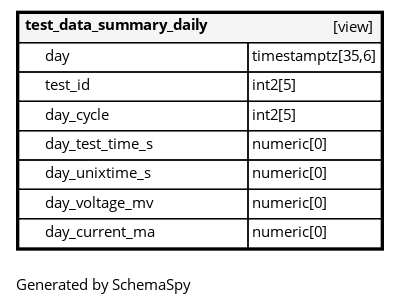
This is docs/diagrams/tables/test_data_summary_daily.1degree.png from BattGenie/battdb, a Graphviz export, as it was before one commit. Its source is kept beside it as docs/diagrams/tables/test_data_summary_daily.1degree.dot. Source of this version:
```dot
digraph "oneDegreeRelationshipsDiagram" {
  graph [    rankdir="RL"    bgcolor="#ffffff"    label="\nGenerated by SchemaSpy"    labeljust="l"    nodesep="0.18"    ranksep="0.46"    fontname="Helvetica"    fontsize="11"    ration="compress"  ];  node [    fontname="Helvetica"    fontsize="11"    shape="plaintext"  ];  edge [    arrowsize="0.8"  ];
  "test_data_summary_daily" [
   label=<
    <TABLE BORDER="2" CELLBORDER="1" CELLSPACING="0" BGCOLOR="#ffffff">
      <TR><TD COLSPAN="4"  BGCOLOR="#f5f5f5"><TABLE BORDER="0" CELLSPACING="0"><TR><TD ALIGN="LEFT" FIXEDSIZE="TRUE" WIDTH="151" HEIGHT="16"><B>test_data_summary_daily</B></TD><TD ALIGN="RIGHT">[view]</TD></TR></TABLE></TD></TR>
      <TR><TD PORT="day" COLSPAN="2" ALIGN="LEFT"><TABLE BORDER="0" CELLSPACING="0" ALIGN="LEFT"><TR ALIGN="LEFT"><TD ALIGN="LEFT" FIXEDSIZE="TRUE" WIDTH="15" HEIGHT="16"></TD><TD ALIGN="LEFT" FIXEDSIZE="TRUE" WIDTH="151" HEIGHT="16">day</TD></TR></TABLE></TD><TD PORT="day.type" ALIGN="LEFT">timestamptz[35,6]</TD></TR>
      <TR><TD PORT="test_id" COLSPAN="2" ALIGN="LEFT"><TABLE BORDER="0" CELLSPACING="0" ALIGN="LEFT"><TR ALIGN="LEFT"><TD ALIGN="LEFT" FIXEDSIZE="TRUE" WIDTH="15" HEIGHT="16"></TD><TD ALIGN="LEFT" FIXEDSIZE="TRUE" WIDTH="151" HEIGHT="16">test_id</TD></TR></TABLE></TD><TD PORT="test_id.type" ALIGN="LEFT">int2[5]</TD></TR>
      <TR><TD PORT="day_cycle" COLSPAN="2" ALIGN="LEFT"><TABLE BORDER="0" CELLSPACING="0" ALIGN="LEFT"><TR ALIGN="LEFT"><TD ALIGN="LEFT" FIXEDSIZE="TRUE" WIDTH="15" HEIGHT="16"></TD><TD ALIGN="LEFT" FIXEDSIZE="TRUE" WIDTH="151" HEIGHT="16">day_cycle</TD></TR></TABLE></TD><TD PORT="day_cycle.type" ALIGN="LEFT">int2[5]</TD></TR>
      <TR><TD PORT="day_test_time_s" COLSPAN="2" ALIGN="LEFT"><TABLE BORDER="0" CELLSPACING="0" ALIGN="LEFT"><TR ALIGN="LEFT"><TD ALIGN="LEFT" FIXEDSIZE="TRUE" WIDTH="15" HEIGHT="16"></TD><TD ALIGN="LEFT" FIXEDSIZE="TRUE" WIDTH="151" HEIGHT="16">day_test_time_s</TD></TR></TABLE></TD><TD PORT="day_test_time_s.type" ALIGN="LEFT">numeric[0]</TD></TR>
      <TR><TD PORT="day_unixtime_s" COLSPAN="2" ALIGN="LEFT"><TABLE BORDER="0" CELLSPACING="0" ALIGN="LEFT"><TR ALIGN="LEFT"><TD ALIGN="LEFT" FIXEDSIZE="TRUE" WIDTH="15" HEIGHT="16"></TD><TD ALIGN="LEFT" FIXEDSIZE="TRUE" WIDTH="151" HEIGHT="16">day_unixtime_s</TD></TR></TABLE></TD><TD PORT="day_unixtime_s.type" ALIGN="LEFT">numeric[0]</TD></TR>
      <TR><TD PORT="day_voltage_mv" COLSPAN="2" ALIGN="LEFT"><TABLE BORDER="0" CELLSPACING="0" ALIGN="LEFT"><TR ALIGN="LEFT"><TD ALIGN="LEFT" FIXEDSIZE="TRUE" WIDTH="15" HEIGHT="16"></TD><TD ALIGN="LEFT" FIXEDSIZE="TRUE" WIDTH="151" HEIGHT="16">day_voltage_mv</TD></TR></TABLE></TD><TD PORT="day_voltage_mv.type" ALIGN="LEFT">numeric[0]</TD></TR>
      <TR><TD PORT="day_current_ma" COLSPAN="2" ALIGN="LEFT"><TABLE BORDER="0" CELLSPACING="0" ALIGN="LEFT"><TR ALIGN="LEFT"><TD ALIGN="LEFT" FIXEDSIZE="TRUE" WIDTH="15" HEIGHT="16"></TD><TD ALIGN="LEFT" FIXEDSIZE="TRUE" WIDTH="151" HEIGHT="16">day_current_ma</TD></TR></TABLE></TD><TD PORT="day_current_ma.type" ALIGN="LEFT">numeric[0]</TD></TR>
    </TABLE>>
    URL="test_data_summary_daily.html"
    target="_top"
    tooltip="test_data_summary_daily"
  ];
}
```
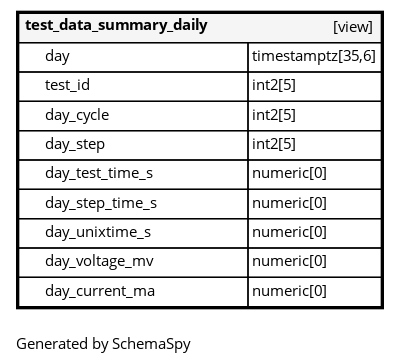
After the commit.

Diff of the diagram source:
```diff
@@ -7,7 +7,9 @@
       <TR><TD PORT="day" COLSPAN="2" ALIGN="LEFT"><TABLE BORDER="0" CELLSPACING="0" ALIGN="LEFT"><TR ALIGN="LEFT"><TD ALIGN="LEFT" FIXEDSIZE="TRUE" WIDTH="15" HEIGHT="16"></TD><TD ALIGN="LEFT" FIXEDSIZE="TRUE" WIDTH="151" HEIGHT="16">day</TD></TR></TABLE></TD><TD PORT="day.type" ALIGN="LEFT">timestamptz[35,6]</TD></TR>
       <TR><TD PORT="test_id" COLSPAN="2" ALIGN="LEFT"><TABLE BORDER="0" CELLSPACING="0" ALIGN="LEFT"><TR ALIGN="LEFT"><TD ALIGN="LEFT" FIXEDSIZE="TRUE" WIDTH="15" HEIGHT="16"></TD><TD ALIGN="LEFT" FIXEDSIZE="TRUE" WIDTH="151" HEIGHT="16">test_id</TD></TR></TABLE></TD><TD PORT="test_id.type" ALIGN="LEFT">int2[5]</TD></TR>
       <TR><TD PORT="day_cycle" COLSPAN="2" ALIGN="LEFT"><TABLE BORDER="0" CELLSPACING="0" ALIGN="LEFT"><TR ALIGN="LEFT"><TD ALIGN="LEFT" FIXEDSIZE="TRUE" WIDTH="15" HEIGHT="16"></TD><TD ALIGN="LEFT" FIXEDSIZE="TRUE" WIDTH="151" HEIGHT="16">day_cycle</TD></TR></TABLE></TD><TD PORT="day_cycle.type" ALIGN="LEFT">int2[5]</TD></TR>
+      <TR><TD PORT="day_step" COLSPAN="2" ALIGN="LEFT"><TABLE BORDER="0" CELLSPACING="0" ALIGN="LEFT"><TR ALIGN="LEFT"><TD ALIGN="LEFT" FIXEDSIZE="TRUE" WIDTH="15" HEIGHT="16"></TD><TD ALIGN="LEFT" FIXEDSIZE="TRUE" WIDTH="151" HEIGHT="16">day_step</TD></TR></TABLE></TD><TD PORT="day_step.type" ALIGN="LEFT">int2[5]</TD></TR>
       <TR><TD PORT="day_test_time_s" COLSPAN="2" ALIGN="LEFT"><TABLE BORDER="0" CELLSPACING="0" ALIGN="LEFT"><TR ALIGN="LEFT"><TD ALIGN="LEFT" FIXEDSIZE="TRUE" WIDTH="15" HEIGHT="16"></TD><TD ALIGN="LEFT" FIXEDSIZE="TRUE" WIDTH="151" HEIGHT="16">day_test_time_s</TD></TR></TABLE></TD><TD PORT="day_test_time_s.type" ALIGN="LEFT">numeric[0]</TD></TR>
+      <TR><TD PORT="day_step_time_s" COLSPAN="2" ALIGN="LEFT"><TABLE BORDER="0" CELLSPACING="0" ALIGN="LEFT"><TR ALIGN="LEFT"><TD ALIGN="LEFT" FIXEDSIZE="TRUE" WIDTH="15" HEIGHT="16"></TD><TD ALIGN="LEFT" FIXEDSIZE="TRUE" WIDTH="151" HEIGHT="16">day_step_time_s</TD></TR></TABLE></TD><TD PORT="day_step_time_s.type" ALIGN="LEFT">numeric[0]</TD></TR>
       <TR><TD PORT="day_unixtime_s" COLSPAN="2" ALIGN="LEFT"><TABLE BORDER="0" CELLSPACING="0" ALIGN="LEFT"><TR ALIGN="LEFT"><TD ALIGN="LEFT" FIXEDSIZE="TRUE" WIDTH="15" HEIGHT="16"></TD><TD ALIGN="LEFT" FIXEDSIZE="TRUE" WIDTH="151" HEIGHT="16">day_unixtime_s</TD></TR></TABLE></TD><TD PORT="day_unixtime_s.type" ALIGN="LEFT">numeric[0]</TD></TR>
       <TR><TD PORT="day_voltage_mv" COLSPAN="2" ALIGN="LEFT"><TABLE BORDER="0" CELLSPACING="0" ALIGN="LEFT"><TR ALIGN="LEFT"><TD ALIGN="LEFT" FIXEDSIZE="TRUE" WIDTH="15" HEIGHT="16"></TD><TD ALIGN="LEFT" FIXEDSIZE="TRUE" WIDTH="151" HEIGHT="16">day_voltage_mv</TD></TR></TABLE></TD><TD PORT="day_voltage_mv.type" ALIGN="LEFT">numeric[0]</TD></TR>
       <TR><TD PORT="day_current_ma" COLSPAN="2" ALIGN="LEFT"><TABLE BORDER="0" CELLSPACING="0" ALIGN="LEFT"><TR ALIGN="LEFT"><TD ALIGN="LEFT" FIXEDSIZE="TRUE" WIDTH="15" HEIGHT="16"></TD><TD ALIGN="LEFT" FIXEDSIZE="TRUE" WIDTH="151" HEIGHT="16">day_current_ma</TD></TR></TABLE></TD><TD PORT="day_current_ma.type" ALIGN="LEFT">numeric[0]</TD></TR>
```
